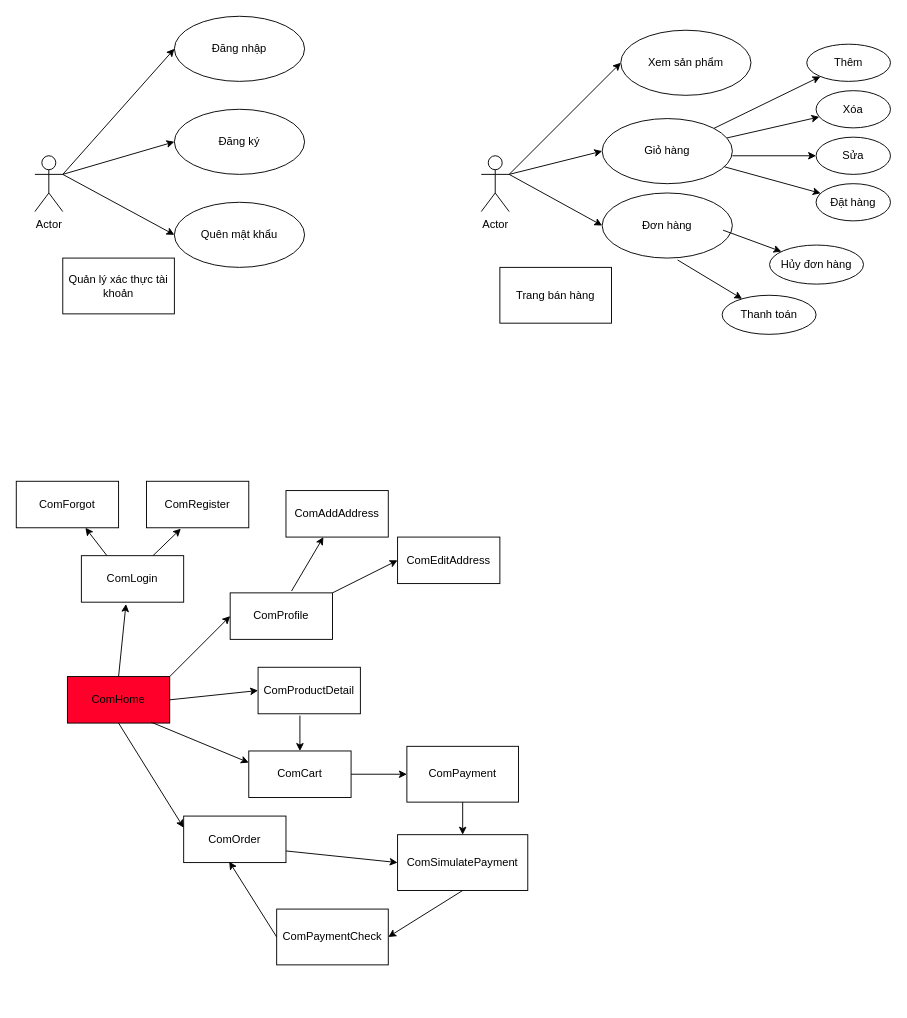
This is usecase.drawio from KhanhNguyen9872/BH_DienThoai_VueJS, a draw.io file, before an edit. Source tidied: cells renumbered, new cells numbered last; positions are measured from the earlier drawing's top-left corner, leaving out a move shared by most shapes. Both pictures are drawn from the tidied source at 93%, with x=0, y=0 at pixel (16, 16).
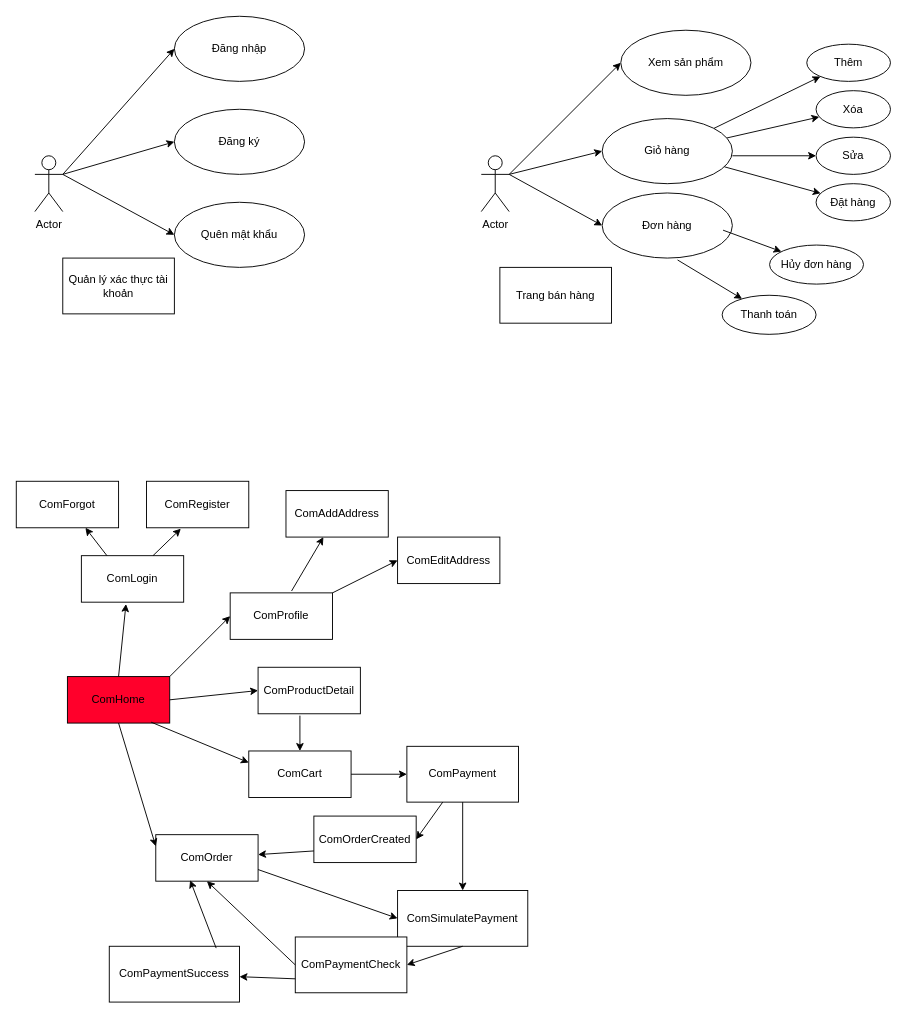
The same page after the edit.

Unchanged cells that the change refers to:
```xml
<mxCell id="50" value="ComPayment" style="rounded=0;whiteSpace=wrap;html=1;" parent="1" vertex="1">
  <mxGeometry x="420" y="785" width="120" height="60" as="geometry" />
</mxCell>
```

Change to the diagram source:
```diff
@@
     <mxCell id="41" value="ComOrder" style="html=1;whiteSpace=wrap;" parent="1" vertex="1">
-      <mxGeometry x="180" y="860" width="110" height="50" as="geometry" />
+      <mxGeometry x="150" y="880" width="110" height="50" as="geometry" />
     </mxCell>
@@
     <mxCell id="52" value="ComSimulatePayment" style="rounded=0;whiteSpace=wrap;html=1;" parent="1" vertex="1">
-      <mxGeometry x="410" y="880" width="140" height="60" as="geometry" />
+      <mxGeometry x="410" y="940" width="140" height="60" as="geometry" />
     </mxCell>
@@
     <mxCell id="55" value="ComPaymentCheck" style="rounded=0;whiteSpace=wrap;html=1;" parent="1" vertex="1">
-      <mxGeometry x="280" y="960" width="120" height="60" as="geometry" />
+      <mxGeometry x="300" y="990" width="120" height="60" as="geometry" />
     </mxCell>
@@
-    <mxCell id="57" style="endArrow=classic;html=1;rounded=0;exitX=0;exitY=0.5;exitDx=0;exitDy=0;entryX=0.445;entryY=0.98;entryDx=0;entryDy=0;entryPerimeter=0;" parent="1" edge="1" source="55" target="41">
+    <mxCell id="57" style="endArrow=classic;html=1;rounded=0;exitX=0;exitY=0.5;exitDx=0;exitDy=0;entryX=0.5;entryY=1;entryDx=0;entryDy=0;" parent="1" edge="1" source="55" target="41">
       <mxGeometry relative="1" as="geometry" />
     </mxCell>
+    <mxCell id="58" value="ComPaymentSuccess" style="rounded=0;whiteSpace=wrap;html=1;" parent="1" vertex="1">
+      <mxGeometry x="100" y="1000" width="140" height="60" as="geometry" />
+    </mxCell>
+    <mxCell id="59" style="endArrow=classic;html=1;rounded=0;exitX=0;exitY=0.75;exitDx=0;exitDy=0;" parent="1" edge="1" source="55" target="58">
+      <mxGeometry relative="1" as="geometry" />
+    </mxCell>
+    <mxCell id="60" style="endArrow=classic;html=1;rounded=0;entryX=0.336;entryY=0.98;entryDx=0;entryDy=0;exitX=0.821;exitY=0.033;exitDx=0;exitDy=0;exitPerimeter=0;entryPerimeter=0;" parent="1" edge="1" source="58" target="41">
+      <mxGeometry relative="1" as="geometry" />
+    </mxCell>
+    <mxCell id="61" value="ComOrderCreated" style="html=1;whiteSpace=wrap;" parent="1" vertex="1">
+      <mxGeometry x="320" y="860" width="110" height="50" as="geometry" />
+    </mxCell>
+    <mxCell id="62" style="endArrow=classic;html=1;rounded=0;entryX=1;entryY=0.5;entryDx=0;entryDy=0;" parent="1" edge="1" source="50" target="61">
+      <mxGeometry relative="1" as="geometry" />
+    </mxCell>
+    <mxCell id="63" style="endArrow=classic;html=1;rounded=0;exitX=0;exitY=0.75;exitDx=0;exitDy=0;" parent="1" edge="1" source="61" target="41">
+      <mxGeometry relative="1" as="geometry" />
+    </mxCell>
```
